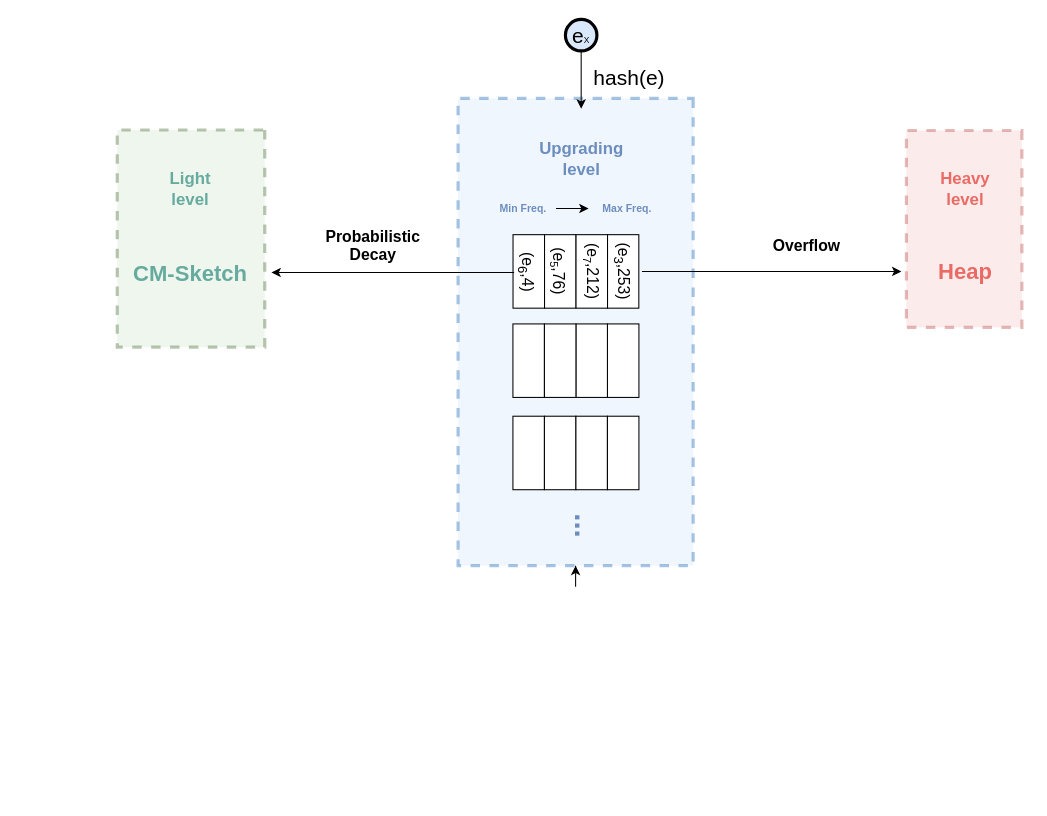
Above: page "Multi框架" (10 of 10) of draw.drawio in sql0316/hello-world (draw.io), before the change. Source tidied: cells renumbered, new cells numbered last; positions are measured from the earlier drawing's top-left corner, leaving out a move shared by most shapes. Both pictures are drawn from the tidied source at 105%, with x=0, y=0 at pixel (82, 19).
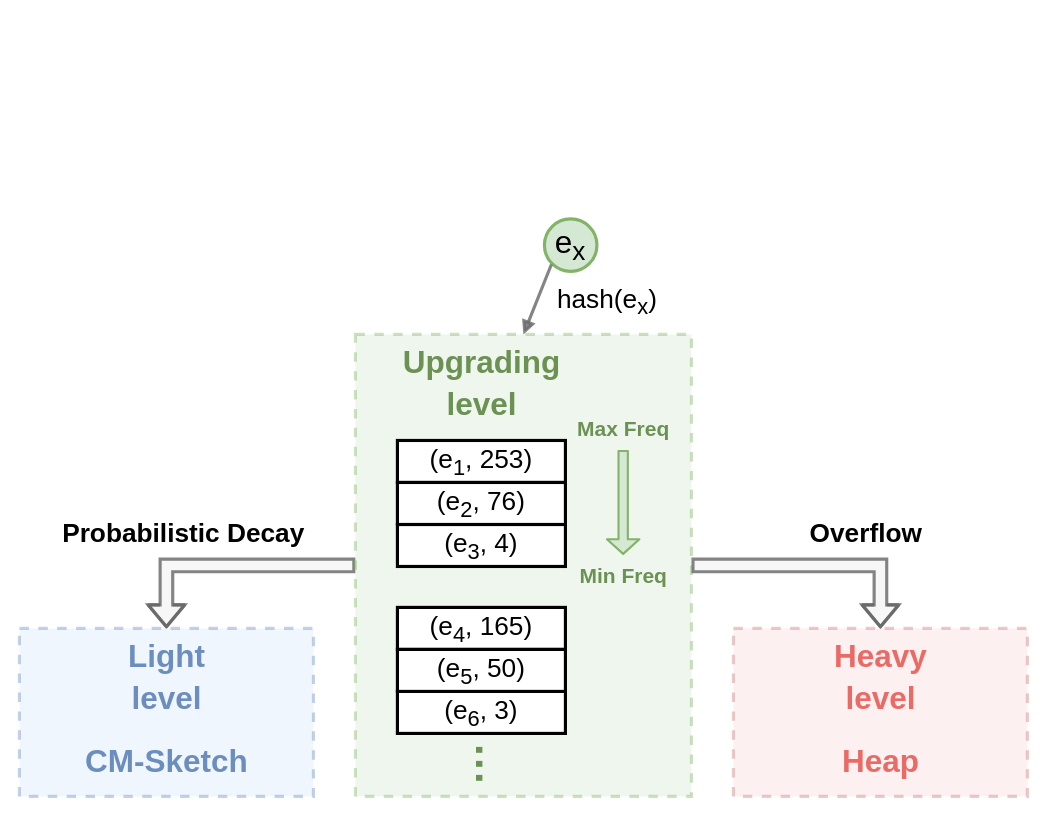
The same page after the edit.

Diff of the diagram source:
```diff
@@
-    <mxCell id="2" style="rounded=0;whiteSpace=wrap;html=1;labelBackgroundColor=#ffffff;fontFamily=Helvetica;strokeWidth=3;dashed=1;fillColor=#d5e8d4;opacity=40;strokeColor=#506E3E;rotation=90;" parent="1" vertex="1">
-      <mxGeometry y="138.5" width="206.8" height="140.5" as="geometry" />
-    </mxCell>
-    <mxCell id="3" style="rounded=0;whiteSpace=wrap;html=1;labelBackgroundColor=#ffffff;fontFamily=Helvetica;strokeWidth=3;dashed=1;fillColor=#dae8fc;opacity=40;strokeColor=#246BB3;rotation=90;" parent="1" vertex="1">
-      <mxGeometry x="247.2" y="185.8" width="445" height="223.9" as="geometry" />
-    </mxCell>
-    <mxCell id="4" style="rounded=0;whiteSpace=wrap;html=1;labelBackgroundColor=#ffffff;fontFamily=Helvetica;strokeWidth=3;dashed=1;fillColor=#f8cecc;opacity=40;strokeColor=#b85450;rotation=90;" parent="1" vertex="1">
-      <mxGeometry x="746" y="144.5" width="187.5" height="110" as="geometry" />
-    </mxCell>
-    <mxCell id="5" style="rounded=0;whiteSpace=wrap;html=1;rotation=-90;" parent="1" vertex="1">
-      <mxGeometry x="390.1" y="225" width="70" height="30" as="geometry" />
-    </mxCell>
+    <mxCell id="17" style="edgeStyle=orthogonalEdgeStyle;rounded=0;orthogonalLoop=1;jettySize=auto;html=1;exitX=1;exitY=0.5;exitDx=0;exitDy=0;fontSize=21;" parent="1" edge="1">
+      <mxGeometry relative="1" as="geometry">
+        <mxPoint x="23.4" y="602.1" as="sourcePoint" />
+        <mxPoint x="23.4" y="602.1" as="targetPoint" />
+      </mxGeometry>
+    </mxCell>
+    <mxCell id="39" style="edgeStyle=orthogonalEdgeStyle;curved=1;rounded=0;jettySize=auto;html=1;exitX=0;exitY=0.5;exitDx=0;exitDy=0;entryX=0.5;entryY=0;entryDx=0;entryDy=0;fontSize=40;fontColor=#6C8EBF;fillColor=#f5f5f5;strokeColor=#666666;strokeWidth=3;opacity=80;endArrow=block;endFill=1;shape=flexArrow;" parent="1" edge="1" source="40" target="50">
+      <mxGeometry relative="1" as="geometry" />
+    </mxCell>
+    <mxCell id="40" style="rounded=0;whiteSpace=wrap;html=1;labelBackgroundColor=#ffffff;fontFamily=Helvetica;strokeWidth=3;fillColor=#d5e8d4;opacity=40;strokeColor=#82b366;dashed=1;" parent="1" vertex="1">
+      <mxGeometry x="260" y="300" width="320" height="440" as="geometry" />
+    </mxCell>
+    <mxCell id="41" value="&lt;span style=&quot;font-size: 25px;&quot;&gt;(e&lt;sub&gt;1&lt;/sub&gt;&lt;/span&gt;&lt;span style=&quot;font-size: 25px;&quot;&gt;, 253)&lt;/span&gt;" style="rounded=0;whiteSpace=wrap;html=1;fontFamily=Helvetica;strokeWidth=3;" parent="1" vertex="1">
+      <mxGeometry x="300" y="401" width="160" height="40" as="geometry" />
+    </mxCell>
+    <mxCell id="42" value="&lt;span style=&quot;font-size: 25px;&quot;&gt;(e&lt;sub&gt;3&lt;/sub&gt;&lt;/span&gt;&lt;span style=&quot;font-size: 25px;&quot;&gt;, 4)&lt;/span&gt;" style="rounded=0;whiteSpace=wrap;html=1;fontFamily=Helvetica;strokeWidth=3;" parent="1" vertex="1">
+      <mxGeometry x="300" y="481" width="160" height="40" as="geometry" />
+    </mxCell>
+    <mxCell id="43" value="&lt;span style=&quot;font-size: 30px;&quot;&gt;e&lt;sub&gt;x&lt;/sub&gt;&lt;/span&gt;" style="ellipse;whiteSpace=wrap;html=1;shadow=0;fillColor=#d5e8d4;fontFamily=Helvetica;perimeterSpacing=1;strokeWidth=3;fontStyle=0;strokeColor=#82b366;" parent="1" vertex="1">
+      <mxGeometry x="440" y="190" width="50" height="50" as="geometry" />
+    </mxCell>
+    <mxCell id="44" style="rounded=1;jettySize=auto;html=1;fontFamily=Helvetica;endArrow=block;endFill=1;strokeWidth=3;opacity=80;strokeColor=#666666;fillColor=#f5f5f5;endSize=6;exitX=0;exitY=1;exitDx=0;exitDy=0;entryX=0.5;entryY=0;entryDx=0;entryDy=0;" parent="1" edge="1" source="43" target="40">
+      <mxGeometry relative="1" as="geometry" />
+    </mxCell>
-    <mxCell id="6" value="&lt;font style=&quot;font-size: 16px;&quot;&gt;&lt;b&gt;Upgrading &lt;br&gt;level&lt;/b&gt;&lt;/font&gt;" style="text;html=1;strokeColor=none;fillColor=none;align=center;verticalAlign=middle;whiteSpace=wrap;rounded=0;opacity=0;fontColor=#6C8EBF;labelBackgroundColor=none;labelBorderColor=none;" parent="1" vertex="1">
-      <mxGeometry x="407.5" y="85" width="135" height="95" as="geometry" />
+    <mxCell id="6" value="&lt;font&gt;&lt;font style=&quot;font-size: 30px&quot; color=&quot;#6b9153&quot;&gt;Upgrading&lt;br&gt;level&lt;/font&gt;&lt;/font&gt;&lt;font style=&quot;font-size: 33px&quot; color=&quot;#246bb3&quot;&gt;&lt;br style=&quot;font-size: 33px&quot;&gt;&lt;/font&gt;" style="text;html=1;align=center;verticalAlign=middle;points=[];fontStyle=1;fontFamily=Helvetica;fontSize=33;strokeWidth=3;" parent="1" vertex="1">
+      <mxGeometry x="295" y="300" width="170" height="90" as="geometry" />
     </mxCell>
-    <mxCell id="7" style="edgeStyle=orthogonalEdgeStyle;rounded=0;jettySize=auto;html=1;fontSize=15;" parent="1" edge="1" source="8" target="6">
-      <mxGeometry relative="1" as="geometry" />
-    </mxCell>
-    <mxCell id="8" value="&lt;font style=&quot;font-size: 20px;&quot;&gt;e&lt;/font&gt;&lt;font style=&quot;font-size: 8px;&quot;&gt;X&lt;/font&gt;" style="ellipse;whiteSpace=wrap;html=1;shadow=0;fillColor=#dae8fc;fontFamily=Helvetica;perimeterSpacing=1;strokeWidth=3;fontStyle=0;" parent="1" vertex="1">
-      <mxGeometry x="460" width="30" height="30" as="geometry" />
-    </mxCell>
-    <mxCell id="9" value="&lt;font color=&quot;#000000&quot;&gt;hash(e)&lt;/font&gt;" style="text;html=1;strokeColor=none;fillColor=none;align=center;verticalAlign=middle;whiteSpace=wrap;rounded=0;fontSize=20;fontColor=#6C8EBF;opacity=0;" parent="1" vertex="1">
-      <mxGeometry x="491.1" y="40" width="60" height="30" as="geometry" />
-    </mxCell>
+    <mxCell id="45" value="&lt;span style=&quot;font-size: 25px;&quot;&gt;(e&lt;sub&gt;4&lt;/sub&gt;&lt;/span&gt;&lt;span style=&quot;font-size: 25px;&quot;&gt;, 165)&lt;/span&gt;" style="rounded=0;whiteSpace=wrap;html=1;fontFamily=Helvetica;strokeWidth=3;" parent="1" vertex="1">
+      <mxGeometry x="300" y="560" width="160" height="40" as="geometry" />
+    </mxCell>
+    <mxCell id="46" value="&lt;span style=&quot;font-size: 25px;&quot;&gt;(e&lt;sub&gt;6&lt;/sub&gt;&lt;/span&gt;&lt;span style=&quot;font-size: 25px;&quot;&gt;, 3)&lt;/span&gt;" style="rounded=0;whiteSpace=wrap;html=1;fontFamily=Helvetica;strokeWidth=3;" parent="1" vertex="1">
+      <mxGeometry x="300" y="640" width="160" height="40" as="geometry" />
+    </mxCell>
+    <mxCell id="47" value="&lt;font style=&quot;&quot;&gt;&lt;font style=&quot;font-size: 40px;&quot; color=&quot;#6b9153&quot;&gt;···&lt;/font&gt;&lt;br style=&quot;font-size: 33px&quot;&gt;&lt;/font&gt;" style="text;html=1;align=center;verticalAlign=middle;fontStyle=1;fontFamily=Helvetica;fontSize=33;strokeWidth=3;rotation=90;" parent="1" vertex="1">
+      <mxGeometry x="350" y="680" width="60" height="60" as="geometry" />
+    </mxCell>
+    <mxCell id="48" value="&lt;span style=&quot;font-size: 25px;&quot;&gt;(e&lt;sub&gt;2&lt;/sub&gt;&lt;/span&gt;&lt;span style=&quot;font-size: 25px;&quot;&gt;, 76)&lt;/span&gt;" style="rounded=0;whiteSpace=wrap;html=1;fontFamily=Helvetica;strokeWidth=3;" parent="1" vertex="1">
+      <mxGeometry x="300" y="441" width="160" height="40" as="geometry" />
+    </mxCell>
+    <mxCell id="49" value="&lt;span style=&quot;font-size: 25px;&quot;&gt;(e&lt;sub&gt;5&lt;/sub&gt;&lt;/span&gt;&lt;span style=&quot;font-size: 25px;&quot;&gt;, 50)&lt;/span&gt;" style="rounded=0;whiteSpace=wrap;html=1;fontFamily=Helvetica;strokeWidth=3;" parent="1" vertex="1">
+      <mxGeometry x="300" y="600" width="160" height="40" as="geometry" />
+    </mxCell>
+    <mxCell id="50" style="rounded=0;whiteSpace=wrap;html=1;labelBackgroundColor=#ffffff;fontFamily=Helvetica;strokeWidth=3;fillColor=#dae8fc;opacity=40;strokeColor=#6c8ebf;dashed=1;" parent="1" vertex="1">
+      <mxGeometry x="-60" y="580" width="280" height="160" as="geometry" />
+    </mxCell>
-    <mxCell id="10" value="&lt;font color=&quot;#67ab9f&quot; style=&quot;font-size: 16px;&quot;&gt;&lt;b&gt;Light&lt;br&gt;level&lt;/b&gt;&lt;/font&gt;" style="text;html=1;strokeColor=none;fillColor=none;align=center;verticalAlign=middle;whiteSpace=wrap;rounded=0;opacity=0;fontColor=#6C8EBF;labelBorderColor=none;" parent="1" vertex="1">
-      <mxGeometry x="63.4" y="138.5" width="80" height="45" as="geometry" />
+    <mxCell id="10" value="&lt;font&gt;&lt;font color=&quot;#6c8ebf&quot; style=&quot;font-size: 30px&quot;&gt;Light&lt;br&gt;level&lt;/font&gt;&lt;/font&gt;&lt;font style=&quot;font-size: 33px&quot; color=&quot;#246bb3&quot;&gt;&lt;br style=&quot;font-size: 33px&quot;&gt;&lt;/font&gt;" style="text;html=1;align=center;verticalAlign=middle;fontStyle=1;fontFamily=Helvetica;fontSize=33;strokeWidth=3;" parent="1" vertex="1">
+      <mxGeometry x="30" y="580" width="100" height="90" as="geometry" />
     </mxCell>
-    <mxCell id="11" value="&lt;b&gt;&lt;font style=&quot;font-size: 28px;&quot;&gt;...&lt;/font&gt;&lt;/b&gt;" style="text;html=1;strokeColor=none;fillColor=none;align=center;verticalAlign=middle;whiteSpace=wrap;rounded=0;opacity=0;fontColor=#6C8EBF;rotation=90;" parent="1" vertex="1">
-      <mxGeometry x="440" y="470" width="80" height="25" as="geometry" />
-    </mxCell>
-    <mxCell id="12" value="&lt;font size=&quot;1&quot; color=&quot;#67ab9f&quot;&gt;&lt;span style=&quot;caret-color: rgb(103, 171, 159);&quot;&gt;&lt;b style=&quot;font-size: 21px;&quot;&gt;CM-Sketch&lt;/b&gt;&lt;/span&gt;&lt;/font&gt;" style="text;html=1;strokeColor=none;fillColor=none;align=center;verticalAlign=middle;whiteSpace=wrap;rounded=0;opacity=0;fontColor=#6C8EBF;fontSize=25;" parent="1" vertex="1">
-      <mxGeometry x="38.4" y="217" width="130" height="45" as="geometry" />
+    <mxCell id="12" value="&lt;font style=&quot;&quot;&gt;&lt;font color=&quot;#6c8ebf&quot;&gt;&lt;span style=&quot;font-size: 30px;&quot;&gt;CM-Sketch&lt;/span&gt;&lt;/font&gt;&lt;br style=&quot;font-size: 33px&quot;&gt;&lt;/font&gt;" style="text;html=1;align=center;verticalAlign=middle;fontStyle=1;fontFamily=Helvetica;fontSize=33;strokeWidth=3;" parent="1" vertex="1">
+      <mxGeometry x="-10" y="680" width="180" height="50" as="geometry" />
     </mxCell>
-    <mxCell id="13" style="endArrow=classic;html=1;rounded=0;fontSize=25;fontColor=#67AB9F;" parent="1" edge="1">
-      <mxGeometry relative="1" as="geometry">
-        <mxPoint x="451" y="180" as="sourcePoint" />
-        <mxPoint x="482.1" y="180.1" as="targetPoint" />
-      </mxGeometry>
-    </mxCell>
-    <mxCell id="14" value="&lt;b&gt;&lt;font style=&quot;font-size: 10px;&quot;&gt;Max Freq.&lt;/font&gt;&lt;br&gt;&lt;/b&gt;" style="text;html=1;strokeColor=none;fillColor=none;align=center;verticalAlign=middle;whiteSpace=wrap;rounded=0;opacity=0;fontColor=#6C8EBF;strokeWidth=3;" parent="1" vertex="1">
-      <mxGeometry x="484.1" y="170.2" width="70" height="20" as="geometry" />
-    </mxCell>
-    <mxCell id="15" value="&lt;b&gt;&lt;font style=&quot;font-size: 10px;&quot;&gt;Min Freq.&lt;/font&gt;&lt;br&gt;&lt;/b&gt;" style="text;html=1;strokeColor=none;fillColor=none;align=center;verticalAlign=middle;whiteSpace=wrap;rounded=0;opacity=0;fontColor=#6C8EBF;strokeWidth=3;" parent="1" vertex="1">
-      <mxGeometry x="385" y="170.2" width="70" height="20" as="geometry" />
-    </mxCell>
+    <mxCell id="37" value="&lt;font size=&quot;1&quot; style=&quot;&quot;&gt;&lt;b style=&quot;font-size: 25px;&quot;&gt;Probabilistic Decay&lt;/b&gt;&lt;/font&gt;" style="edgeLabel;html=1;align=center;verticalAlign=middle;fontFamily=Helvetica;labelBackgroundColor=none;" parent="1" vertex="1">
+      <mxGeometry x="100" y="470" as="geometry">
+        <mxPoint x="-5" y="17" as="offset" />
+      </mxGeometry>
+    </mxCell>
+    <mxCell id="51" style="edgeStyle=orthogonalEdgeStyle;rounded=0;orthogonalLoop=1;jettySize=auto;html=1;exitX=1;exitY=0.5;exitDx=0;exitDy=0;fontSize=21;" parent="1" edge="1">
+      <mxGeometry relative="1" as="geometry">
+        <mxPoint x="705.9" y="602.1" as="sourcePoint" />
+        <mxPoint x="705.9" y="602.1" as="targetPoint" />
+      </mxGeometry>
+    </mxCell>
+    <mxCell id="52" style="rounded=0;whiteSpace=wrap;html=1;labelBackgroundColor=#ffffff;fontFamily=Helvetica;strokeWidth=3;fillColor=#f8cecc;opacity=30;strokeColor=#b85450;dashed=1;" parent="1" vertex="1">
+      <mxGeometry x="620" y="580" width="280" height="160" as="geometry" />
+    </mxCell>
-    <mxCell id="16" value="&lt;font style=&quot;font-size: 16px;&quot;&gt;&lt;b&gt;Heavy level&lt;/b&gt;&lt;/font&gt;" style="text;html=1;strokeColor=none;fillColor=none;align=center;verticalAlign=middle;whiteSpace=wrap;rounded=0;opacity=0;fontColor=#EA6B66;shadow=0;gradientColor=default;labelBackgroundColor=none;labelBorderColor=none;" parent="1" vertex="1">
-      <mxGeometry x="801.1" y="138.5" width="80" height="45" as="geometry" />
+    <mxCell id="16" value="&lt;font style=&quot;&quot;&gt;&lt;font color=&quot;#ea6b66&quot;&gt;&lt;span style=&quot;font-size: 30px;&quot;&gt;Heavy&lt;br&gt;level&lt;/span&gt;&lt;/font&gt;&lt;br style=&quot;font-size: 33px&quot;&gt;&lt;/font&gt;" style="text;html=1;align=center;verticalAlign=middle;fontStyle=1;fontFamily=Helvetica;fontSize=33;strokeWidth=3;" parent="1" vertex="1">
+      <mxGeometry x="705" y="580" width="110" height="90" as="geometry" />
     </mxCell>
-    <mxCell id="17" style="edgeStyle=orthogonalEdgeStyle;rounded=0;orthogonalLoop=1;jettySize=auto;html=1;exitX=1;exitY=0.5;exitDx=0;exitDy=0;fontSize=21;" parent="1" edge="1" source="2" target="2">
-      <mxGeometry relative="1" as="geometry" />
-    </mxCell>
-    <mxCell id="18" value="&lt;font size=&quot;1&quot; color=&quot;#ea6b66&quot;&gt;&lt;span style=&quot;caret-color: rgb(234, 107, 102);&quot;&gt;&lt;b style=&quot;font-size: 21px;&quot;&gt;Heap&lt;/b&gt;&lt;/span&gt;&lt;/font&gt;" style="text;html=1;strokeColor=none;fillColor=none;align=center;verticalAlign=middle;whiteSpace=wrap;rounded=0;opacity=0;fontColor=#6C8EBF;" parent="1" vertex="1">
-      <mxGeometry x="801.1" y="217" width="80" height="45" as="geometry" />
+    <mxCell id="18" value="&lt;font style=&quot;&quot;&gt;&lt;span style=&quot;font-size: 30px;&quot;&gt;&lt;font color=&quot;#ea6b66&quot;&gt;Heap&lt;/font&gt;&lt;/span&gt;&lt;br style=&quot;font-size: 33px&quot;&gt;&lt;/font&gt;" style="text;html=1;align=center;verticalAlign=middle;fontStyle=1;fontFamily=Helvetica;fontSize=33;strokeWidth=3;" parent="1" vertex="1">
+      <mxGeometry x="710" y="680" width="100" height="50" as="geometry" />
     </mxCell>
-    <mxCell id="19" style="edgeStyle=orthogonalEdgeStyle;rounded=0;orthogonalLoop=1;jettySize=auto;html=1;exitX=1;exitY=0.5;exitDx=0;exitDy=0;fontSize=21;" parent="1" edge="1" source="3" target="3">
-      <mxGeometry relative="1" as="geometry" />
-    </mxCell>
-    <mxCell id="20" style="edgeStyle=orthogonalEdgeStyle;rounded=0;jettySize=auto;html=1;exitX=0.5;exitY=1;exitDx=0;exitDy=0;fontSize=8;fontColor=#EA6B66;" parent="1" edge="1" source="21">
-      <mxGeometry relative="1" as="geometry">
-        <mxPoint x="180" y="241" as="targetPoint" />
-      </mxGeometry>
-    </mxCell>
-    <mxCell id="21" value="&lt;font style=&quot;font-size: 15px;&quot;&gt;(e&lt;sub&gt;6&lt;/sub&gt;&lt;/font&gt;&lt;font&gt;&lt;span style=&quot;font-size: 15px;&quot;&gt;,4)&lt;/span&gt;&lt;/font&gt;" style="text;html=1;strokeColor=none;fillColor=none;align=center;verticalAlign=middle;whiteSpace=wrap;rounded=0;fontSize=21;rotation=90;" parent="1" vertex="1">
-      <mxGeometry x="391.1" y="226" width="70" height="30" as="geometry" />
-    </mxCell>
-    <mxCell id="22" style="rounded=0;whiteSpace=wrap;html=1;rotation=-90;" parent="1" vertex="1">
-      <mxGeometry x="420.1" y="225" width="70" height="30" as="geometry" />
-    </mxCell>
-    <mxCell id="23" style="rounded=0;whiteSpace=wrap;html=1;rotation=-90;" parent="1" vertex="1">
-      <mxGeometry x="479.9" y="225" width="70" height="30" as="geometry" />
-    </mxCell>
-    <mxCell id="24" style="rounded=0;whiteSpace=wrap;html=1;rotation=-90;" parent="1" vertex="1">
-      <mxGeometry x="450.1" y="225" width="70" height="30" as="geometry" />
-    </mxCell>
-    <mxCell id="25" value="&lt;font style=&quot;font-size: 15px;&quot;&gt;(e&lt;/font&gt;&lt;font style=&quot;font-size: 12.499999046325684px;&quot;&gt;&lt;sub&gt;5&lt;/sub&gt;&lt;/font&gt;&lt;font&gt;&lt;span style=&quot;font-size: 15px;&quot;&gt;,76)&lt;/span&gt;&lt;/font&gt;" style="text;html=1;strokeColor=none;fillColor=none;align=center;verticalAlign=middle;whiteSpace=wrap;rounded=0;fontSize=21;rotation=90;" parent="1" vertex="1">
-      <mxGeometry x="421.1" y="225" width="70" height="30" as="geometry" />
-    </mxCell>
-    <mxCell id="26" value="&lt;font style=&quot;font-size: 15px;&quot;&gt;(e&lt;/font&gt;&lt;font style=&quot;font-size: 12.499999046325684px;&quot;&gt;&lt;sub&gt;7&lt;/sub&gt;&lt;/font&gt;&lt;font&gt;&lt;span style=&quot;font-size: 15px;&quot;&gt;,212)&lt;/span&gt;&lt;/font&gt;" style="text;html=1;strokeColor=none;fillColor=none;align=center;verticalAlign=middle;whiteSpace=wrap;rounded=0;fontSize=21;rotation=90;" parent="1" vertex="1">
-      <mxGeometry x="453" y="225" width="70" height="30" as="geometry" />
-    </mxCell>
-    <mxCell id="27" style="edgeStyle=orthogonalEdgeStyle;rounded=0;jettySize=auto;html=1;exitX=0.5;exitY=0;exitDx=0;exitDy=0;fontSize=8;fontColor=#EA6B66;" parent="1" edge="1" source="28">
-      <mxGeometry relative="1" as="geometry">
-        <mxPoint x="780" y="240" as="targetPoint" />
-      </mxGeometry>
-    </mxCell>
-    <mxCell id="28" value="&lt;font style=&quot;font-size: 15px;&quot;&gt;(e&lt;sub&gt;3&lt;/sub&gt;,253)&lt;/font&gt;" style="text;html=1;strokeColor=none;fillColor=none;align=center;verticalAlign=middle;whiteSpace=wrap;rounded=0;fontSize=21;rotation=90;" parent="1" vertex="1">
-      <mxGeometry x="482.9" y="225" width="70" height="30" as="geometry" />
-    </mxCell>
-    <mxCell id="29" style="rounded=0;whiteSpace=wrap;html=1;fontSize=10;direction=south;" parent="1" vertex="1">
-      <mxGeometry x="410" y="290" width="30" height="70" as="geometry" />
-    </mxCell>
-    <mxCell id="30" style="rounded=0;whiteSpace=wrap;html=1;fontSize=10;direction=south;" parent="1" vertex="1">
-      <mxGeometry x="500" y="290" width="30" height="70" as="geometry" />
-    </mxCell>
-    <mxCell id="31" style="rounded=0;whiteSpace=wrap;html=1;fontSize=10;direction=south;" parent="1" vertex="1">
-      <mxGeometry x="470" y="290" width="30" height="70" as="geometry" />
-    </mxCell>
-    <mxCell id="32" style="rounded=0;whiteSpace=wrap;html=1;fontSize=10;direction=south;" parent="1" vertex="1">
-      <mxGeometry x="440" y="290" width="30" height="70" as="geometry" />
-    </mxCell>
-    <mxCell id="33" style="rounded=0;whiteSpace=wrap;html=1;fontSize=10;direction=south;" parent="1" vertex="1">
-      <mxGeometry x="410" y="377.9" width="30" height="70" as="geometry" />
-    </mxCell>
-    <mxCell id="34" style="rounded=0;whiteSpace=wrap;html=1;fontSize=10;direction=south;" parent="1" vertex="1">
-      <mxGeometry x="440" y="377.9" width="30" height="70" as="geometry" />
-    </mxCell>
-    <mxCell id="35" style="rounded=0;whiteSpace=wrap;html=1;fontSize=10;direction=south;" parent="1" vertex="1">
-      <mxGeometry x="470" y="377.9" width="30" height="70" as="geometry" />
-    </mxCell>
-    <mxCell id="36" style="rounded=0;whiteSpace=wrap;html=1;fontSize=10;direction=south;" parent="1" vertex="1">
-      <mxGeometry x="500" y="377.9" width="30" height="70" as="geometry" />
-    </mxCell>
-    <mxCell id="37" value="&lt;font style=&quot;font-size: 15px;&quot;&gt;&lt;b&gt;Probabilistic &lt;br&gt;Decay&lt;/b&gt;&lt;/font&gt;" style="text;html=1;strokeColor=none;fillColor=none;align=center;verticalAlign=middle;whiteSpace=wrap;rounded=0;fontSize=10;" parent="1" vertex="1">
-      <mxGeometry x="206.8" y="180" width="140" height="70" as="geometry" />
-    </mxCell>
+    <mxCell id="53" style="edgeStyle=orthogonalEdgeStyle;curved=1;rounded=0;jettySize=auto;html=1;exitX=1;exitY=0.5;exitDx=0;exitDy=0;entryX=0.5;entryY=0;entryDx=0;entryDy=0;fontSize=40;fontColor=#6C8EBF;fillColor=#f5f5f5;strokeColor=#666666;strokeWidth=3;opacity=80;endArrow=block;endFill=1;shape=flexArrow;endSize=6;" parent="1" edge="1" source="40" target="52">
+      <mxGeometry relative="1" as="geometry" />
+    </mxCell>
-    <mxCell id="38" value="&lt;span style=&quot;font-size: 15px;&quot;&gt;&lt;b&gt;Overflow&lt;/b&gt;&lt;/span&gt;" style="text;html=1;strokeColor=none;fillColor=none;align=center;verticalAlign=middle;whiteSpace=wrap;rounded=0;fontSize=10;" parent="1" vertex="1">
-      <mxGeometry x="620" y="180" width="140" height="70" as="geometry" />
+    <mxCell id="38" value="&lt;font size=&quot;1&quot; style=&quot;&quot;&gt;&lt;b style=&quot;font-size: 25px;&quot;&gt;Overflow&lt;/b&gt;&lt;/font&gt;" style="edgeLabel;html=1;align=center;verticalAlign=middle;fontFamily=Helvetica;labelBackgroundColor=none;" parent="1" vertex="1">
+      <mxGeometry x="750" y="470" as="geometry">
+        <mxPoint x="-5" y="17" as="offset" />
+      </mxGeometry>
     </mxCell>
+    <mxCell id="54" value="&lt;font style=&quot;&quot;&gt;&lt;font color=&quot;#6b9153&quot;&gt;&lt;span style=&quot;font-size: 20px;&quot;&gt;Max Freq&lt;/span&gt;&lt;/font&gt;&lt;br style=&quot;font-size: 33px&quot;&gt;&lt;/font&gt;" style="text;html=1;align=center;verticalAlign=middle;points=[];fontStyle=1;fontFamily=Helvetica;fontSize=33;strokeWidth=3;" parent="1" vertex="1">
+      <mxGeometry x="460" y="360" width="110" height="50" as="geometry" />
+    </mxCell>
+    <mxCell id="55" value="&lt;font style=&quot;&quot;&gt;&lt;font color=&quot;#6b9153&quot;&gt;&lt;span style=&quot;font-size: 20px;&quot;&gt;Min Freq&lt;/span&gt;&lt;/font&gt;&lt;br style=&quot;font-size: 33px&quot;&gt;&lt;/font&gt;" style="text;html=1;align=center;verticalAlign=middle;points=[];fontStyle=1;fontFamily=Helvetica;fontSize=33;strokeWidth=3;" parent="1" vertex="1">
+      <mxGeometry x="460" y="500" width="110" height="50" as="geometry" />
+    </mxCell>
+    <mxCell id="56" style="rounded=1;jettySize=auto;html=1;fontFamily=Helvetica;endArrow=block;endFill=1;strokeWidth=2;strokeColor=#82b366;fillColor=#d5e8d4;shape=flexArrow;startSize=4;endSize=4;width=7.878787878787879;entryX=0.5;entryY=0.2;entryDx=0;entryDy=0;entryPerimeter=0;" parent="1" edge="1" source="54" target="55">
+      <mxGeometry relative="1" as="geometry" />
+    </mxCell>
+    <mxCell id="57" value="&lt;font style=&quot;font-size: 25px;&quot; color=&quot;#000000&quot;&gt;hash(e&lt;sub&gt;x&lt;/sub&gt;)&lt;/font&gt;" style="text;html=1;strokeColor=none;fillColor=none;align=center;verticalAlign=middle;whiteSpace=wrap;rounded=0;fontSize=20;fontColor=#6C8EBF;opacity=0;" parent="1" vertex="1">
+      <mxGeometry x="470" y="253" width="60" height="30" as="geometry" />
+    </mxCell>
```
